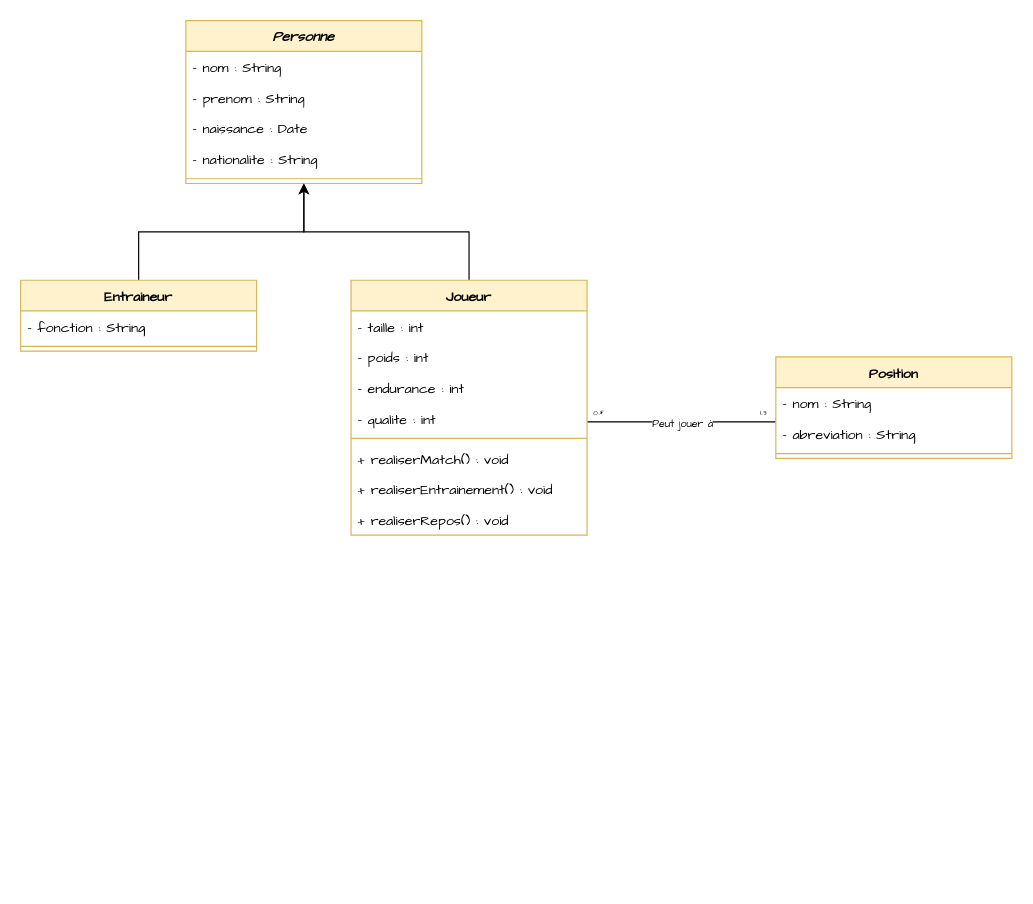
Before: diagramme_classes.drawio in alexandrerahir/PulseCoaching, a draw.io diagram. Source tidied: cells renumbered, new cells numbered last; positions are measured from the earlier drawing's top-left corner, leaving out a move shared by most shapes. Both pictures are drawn from the tidied source at 118%, with x=0, y=0 at pixel (20, 20).
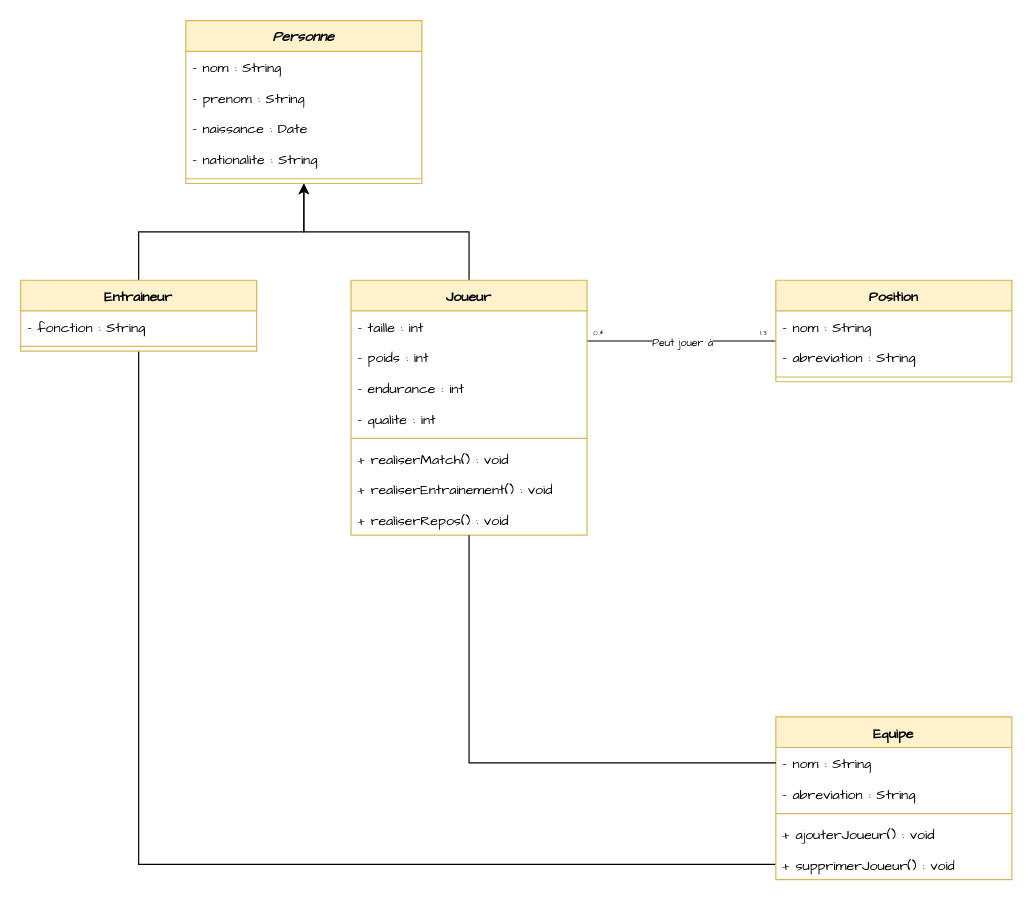
After the change.

Commit message (it also covers changes not shown here):
Implémentation de la classe Equipe

The change refers to these unchanged cells:
```xml
<mxCell id="7" value="&lt;font style=&quot;&quot; face=&quot;Comic Sans MS&quot;&gt;Joueur&lt;/font&gt;" style="swimlane;fontStyle=1;align=center;verticalAlign=top;horizontal=1;startSize=26;whiteSpace=wrap;html=1;fillColor=#fff2cc;strokeColor=#d6b656;" parent="1" vertex="1">
  <mxGeometry x="280" y="220" width="200" height="216" as="geometry" />
</mxCell>
<mxCell id="27" value="&lt;font style=&quot;&quot; face=&quot;Comic Sans MS&quot;&gt;Entraineur&lt;/font&gt;" style="swimlane;fontStyle=1;align=center;verticalAlign=top;horizontal=1;startSize=26;whiteSpace=wrap;html=1;fillColor=#fff2cc;strokeColor=#d6b656;" parent="1" vertex="1">
  <mxGeometry y="220" width="200" height="60" as="geometry" />
</mxCell>
```

The edit, as a diff of the source:
```diff
@@
     <mxCell id="2" style="edgeStyle=orthogonalEdgeStyle;rounded=0;orthogonalLoop=1;jettySize=auto;html=1;entryX=1;entryY=0;entryDx=0;entryDy=0;endArrow=none;startFill=0;" parent="1" edge="1">
       <mxGeometry relative="1" as="geometry">
-        <mxPoint x="480" y="340" as="sourcePoint" />
-        <mxPoint x="640" y="340" as="targetPoint" />
+        <mxPoint x="480" y="271.5" as="sourcePoint" />
+        <mxPoint x="640" y="271.5" as="targetPoint" />
         <Array as="points">
-          <mxPoint x="480" y="340" />
+          <mxPoint x="480" y="271.5" />
         </Array>
       </mxGeometry>
     </mxCell>
@@
     <mxCell id="4" value="&lt;font face=&quot;Comic Sans MS&quot; style=&quot;font-size: 6px;&quot;&gt;0..*&lt;/font&gt;" style="text;html=1;align=center;verticalAlign=middle;whiteSpace=wrap;rounded=0;" parent="1" vertex="1">
-      <mxGeometry x="480" y="322" width="20" height="18" as="geometry" />
+      <mxGeometry x="480" y="254" width="20" height="18" as="geometry" />
     </mxCell>
     <mxCell id="5" value="&lt;font face=&quot;Comic Sans MS&quot; style=&quot;font-size: 6px;&quot;&gt;1..3&lt;/font&gt;" style="text;html=1;align=center;verticalAlign=middle;whiteSpace=wrap;rounded=0;" parent="1" vertex="1">
-      <mxGeometry x="620" y="322" width="20" height="18" as="geometry" />
+      <mxGeometry x="620" y="254" width="20" height="18" as="geometry" />
     </mxCell>
@@
     <mxCell id="16" value="&lt;font style=&quot;&quot; face=&quot;Comic Sans MS&quot;&gt;Position&lt;/font&gt;" style="swimlane;fontStyle=1;align=center;verticalAlign=top;horizontal=1;startSize=26;whiteSpace=wrap;html=1;fillColor=#fff2cc;strokeColor=#d6b656;" parent="1" vertex="1">
-      <mxGeometry x="640" y="285" width="200" height="86" as="geometry" />
+      <mxGeometry x="640" y="220" width="200" height="86" as="geometry" />
     </mxCell>
@@
+    <mxCell id="30" style="edgeStyle=orthogonalEdgeStyle;rounded=0;jettySize=auto;html=1;entryX=0;entryY=0.5;entryDx=0;entryDy=0;endArrow=none;startFill=0;" parent="1" edge="1" source="27" target="36">
+      <mxGeometry relative="1" as="geometry" />
+    </mxCell>
@@
+    <mxCell id="31" value="&lt;font style=&quot;&quot; face=&quot;Comic Sans MS&quot;&gt;Equipe&lt;/font&gt;" style="swimlane;fontStyle=1;align=center;verticalAlign=top;horizontal=1;startSize=26;whiteSpace=wrap;html=1;fillColor=#fff2cc;strokeColor=#d6b656;" parent="1" vertex="1">
+      <mxGeometry x="640" y="590" width="200" height="138" as="geometry" />
+    </mxCell>
+    <mxCell id="32" value="&lt;font style=&quot;&quot; face=&quot;Comic Sans MS&quot;&gt;- nom : String&lt;/font&gt;" style="text;strokeColor=none;fillColor=none;align=left;verticalAlign=top;spacingLeft=4;spacingRight=4;overflow=hidden;points=[[0,0.5],[1,0.5]];portConstraint=eastwest;whiteSpace=wrap;html=1;" parent="31" vertex="1">
+      <mxGeometry y="26" width="200" height="26" as="geometry" />
+    </mxCell>
+    <mxCell id="33" value="&lt;font style=&quot;&quot; face=&quot;Comic Sans MS&quot;&gt;- abreviation : String&lt;/font&gt;" style="text;strokeColor=none;fillColor=none;align=left;verticalAlign=top;spacingLeft=4;spacingRight=4;overflow=hidden;whiteSpace=wrap;html=1;" parent="31" vertex="1">
+      <mxGeometry y="52" width="200" height="26" as="geometry" />
+    </mxCell>
+    <mxCell id="34" style="line;strokeWidth=1;fillColor=none;align=left;verticalAlign=middle;spacingTop=-1;spacingLeft=3;spacingRight=3;labelPosition=right;strokeColor=inherit;" parent="31" vertex="1">
+      <mxGeometry y="78" width="200" height="8" as="geometry" />
+    </mxCell>
+    <mxCell id="35" value="&lt;font face=&quot;Comic Sans MS&quot;&gt;+ ajouterJoueur() : void&lt;/font&gt;" style="text;strokeColor=none;fillColor=none;align=left;verticalAlign=top;spacingLeft=4;spacingRight=4;overflow=hidden;whiteSpace=wrap;html=1;" parent="31" vertex="1">
+      <mxGeometry y="86" width="200" height="26" as="geometry" />
+    </mxCell>
+    <mxCell id="36" value="&lt;font face=&quot;Comic Sans MS&quot;&gt;+ supprimerJoueur() : void&lt;/font&gt;" style="text;strokeColor=none;fillColor=none;align=left;verticalAlign=top;spacingLeft=4;spacingRight=4;overflow=hidden;points=[[0,0.5],[1,0.5]];portConstraint=eastwest;whiteSpace=wrap;html=1;" parent="31" vertex="1">
+      <mxGeometry y="112" width="200" height="26" as="geometry" />
+    </mxCell>
+    <mxCell id="37" style="edgeStyle=orthogonalEdgeStyle;rounded=0;jettySize=auto;html=1;endArrow=none;startFill=0;entryX=0;entryY=0.5;entryDx=0;entryDy=0;exitX=0.5;exitY=1;exitDx=0;exitDy=0;" parent="1" edge="1" source="7" target="32">
+      <mxGeometry relative="1" as="geometry">
+        <Array as="points">
+          <mxPoint x="380" y="629" />
+        </Array>
+      </mxGeometry>
+    </mxCell>
```
